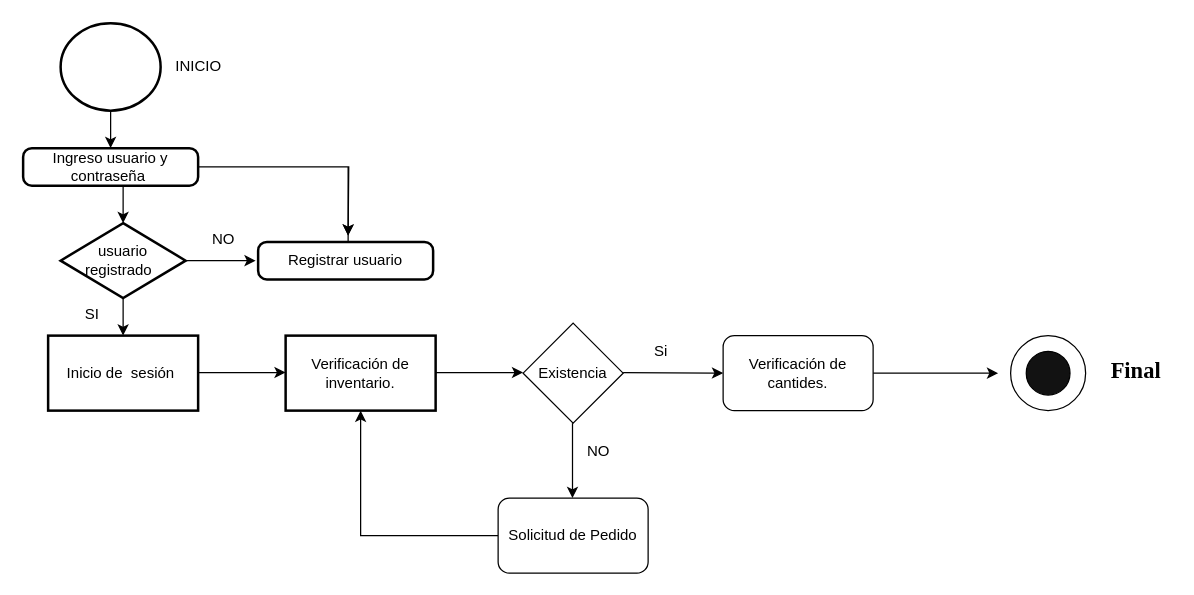
Before: page "ADMINISTRADOR" (4 of 4) of DiagramaActividad.drawio in BROC95/JJB_sw, a draw.io diagram. Source tidied: cells renumbered, new cells numbered last; positions are measured from the earlier drawing's top-left corner, leaving out a move shared by most shapes. Both pictures are drawn from the tidied source at 125%, with x=0, y=0 at pixel (22, 22).
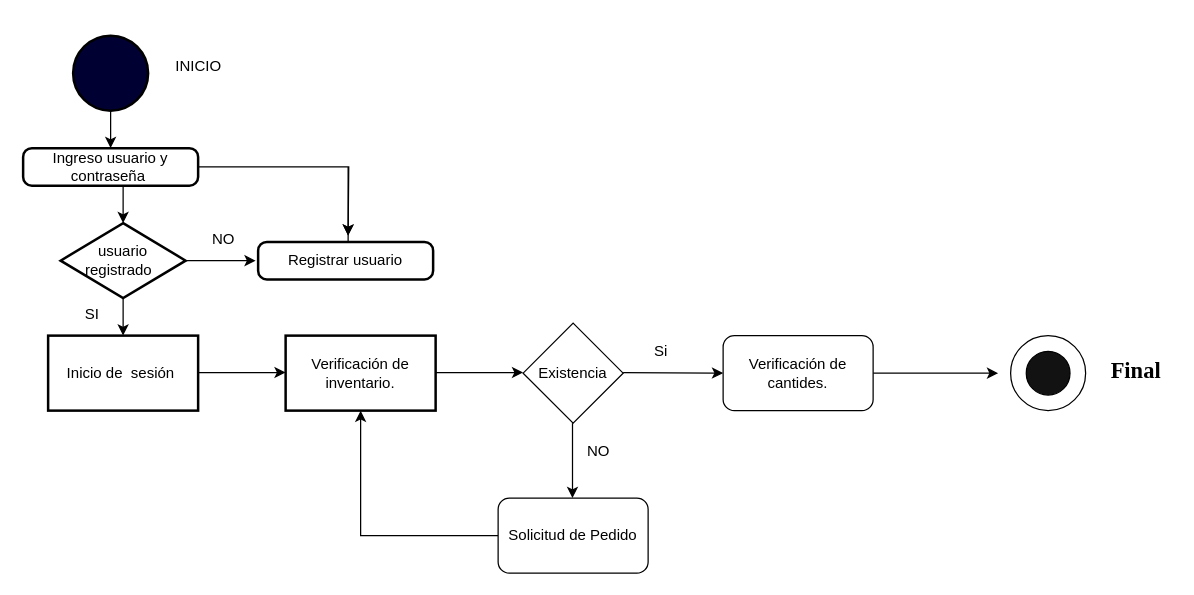
The same diagram, later.

The edit, as a diff of the source:
```diff
@@
-    <mxCell id="3" style="strokeWidth=2;html=1;shape=mxgraph.flowchart.start_2;whiteSpace=wrap;" parent="1" vertex="1">
-      <mxGeometry x="30" width="80" height="70" as="geometry" />
+    <mxCell id="3" style="strokeWidth=2;html=1;shape=mxgraph.flowchart.start_2;whiteSpace=wrap;fillColor=#000033;" parent="1" vertex="1">
+      <mxGeometry x="40" y="10" width="60" height="60" as="geometry" />
     </mxCell>
```
